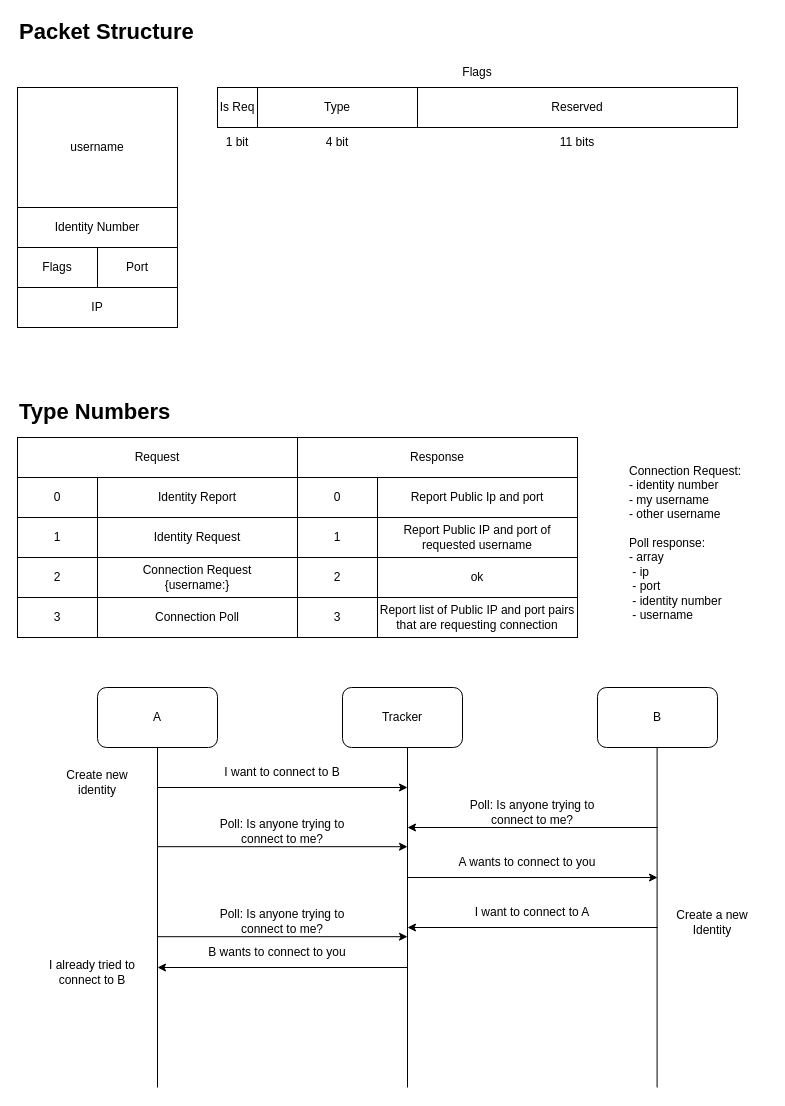
Above: Tracker-Link.drawio in Prototype-Aether/Prototype-Aether (draw.io), before the change. Source tidied: cells renumbered, new cells numbered last; positions are measured from the earlier drawing's top-left corner, leaving out a move shared by most shapes. Both pictures are drawn from the tidied source at 100%, with x=0, y=0 at pixel (17, 17).
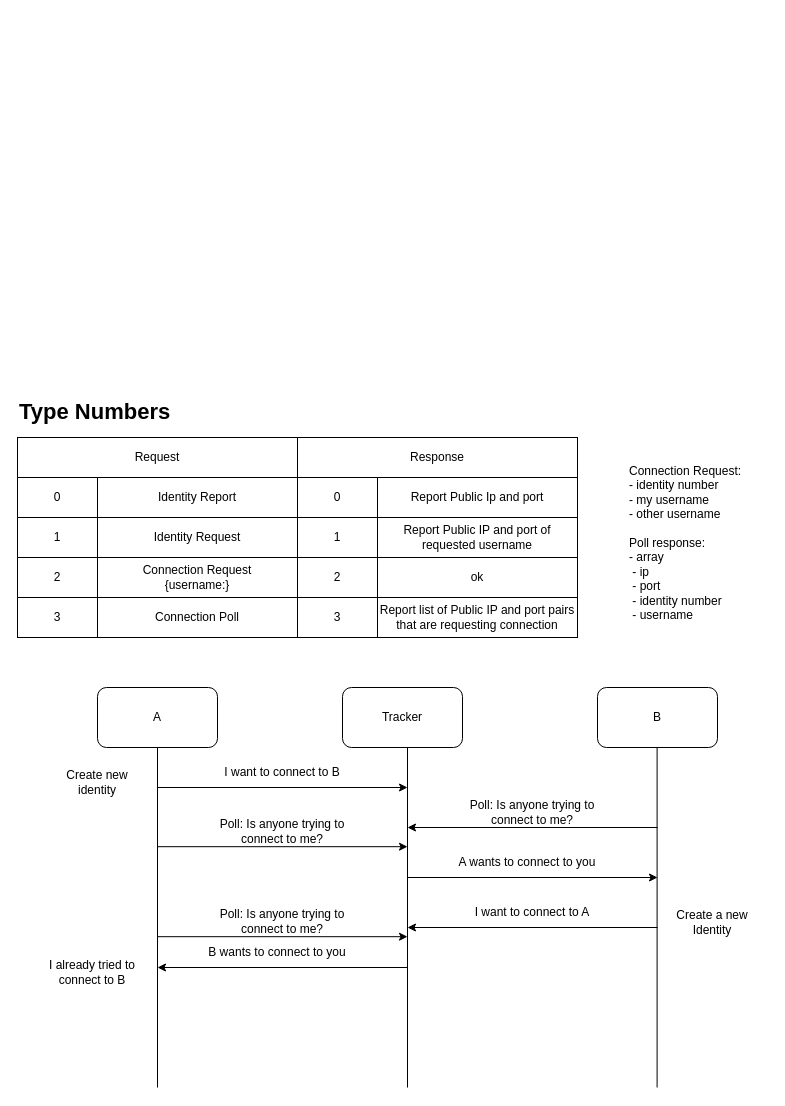
After the change.

Diff of the diagram source:
```diff
@@
-    <mxCell id="2" value="username" style="rounded=0;whiteSpace=wrap;html=1;align=center;verticalAlign=middle;" parent="1" vertex="1">
-      <mxGeometry y="70" width="160" height="120" as="geometry" />
-    </mxCell>
-    <mxCell id="3" value="Identity Number" style="rounded=0;whiteSpace=wrap;html=1;align=center;verticalAlign=middle;" parent="1" vertex="1">
-      <mxGeometry y="190" width="160" height="40" as="geometry" />
-    </mxCell>
-    <mxCell id="4" value="Flags" style="rounded=0;whiteSpace=wrap;html=1;align=center;verticalAlign=middle;" parent="1" vertex="1">
-      <mxGeometry y="230" width="80" height="40" as="geometry" />
-    </mxCell>
-    <mxCell id="5" value="Is Req" style="rounded=0;whiteSpace=wrap;html=1;align=center;verticalAlign=middle;" parent="1" vertex="1">
-      <mxGeometry x="200" y="70" width="40" height="40" as="geometry" />
-    </mxCell>
-    <mxCell id="6" value="Flags" style="text;html=1;strokeColor=none;fillColor=none;align=center;verticalAlign=middle;whiteSpace=wrap;rounded=0;" parent="1" vertex="1">
-      <mxGeometry x="430" y="40" width="60" height="30" as="geometry" />
-    </mxCell>
-    <mxCell id="7" value="Type" style="rounded=0;whiteSpace=wrap;html=1;align=center;verticalAlign=middle;" parent="1" vertex="1">
-      <mxGeometry x="240" y="70" width="160" height="40" as="geometry" />
-    </mxCell>
-    <mxCell id="8" value="1 bit" style="text;html=1;strokeColor=none;fillColor=none;align=center;verticalAlign=middle;whiteSpace=wrap;rounded=0;" parent="1" vertex="1">
-      <mxGeometry x="190" y="110" width="60" height="30" as="geometry" />
-    </mxCell>
-    <mxCell id="9" value="4 bit" style="text;html=1;strokeColor=none;fillColor=none;align=center;verticalAlign=middle;whiteSpace=wrap;rounded=0;" parent="1" vertex="1">
-      <mxGeometry x="290" y="110" width="60" height="30" as="geometry" />
-    </mxCell>
-    <mxCell id="10" value="Port" style="rounded=0;whiteSpace=wrap;html=1;align=center;verticalAlign=middle;" parent="1" vertex="1">
-      <mxGeometry x="80" y="230" width="80" height="40" as="geometry" />
-    </mxCell>
-    <mxCell id="11" value="Reserved" style="rounded=0;whiteSpace=wrap;html=1;align=center;verticalAlign=middle;" parent="1" vertex="1">
-      <mxGeometry x="400" y="70" width="320" height="40" as="geometry" />
-    </mxCell>
-    <mxCell id="12" value="11 bits" style="text;html=1;strokeColor=none;fillColor=none;align=center;verticalAlign=middle;whiteSpace=wrap;rounded=0;" parent="1" vertex="1">
-      <mxGeometry x="530" y="110" width="60" height="30" as="geometry" />
-    </mxCell>
-    <mxCell id="13" value="IP" style="rounded=0;whiteSpace=wrap;html=1;align=center;verticalAlign=middle;" parent="1" vertex="1">
-      <mxGeometry y="270" width="160" height="40" as="geometry" />
-    </mxCell>
@@
-    <mxCell id="22" value="Packet Structure" style="text;html=1;strokeColor=none;fillColor=none;align=left;verticalAlign=middle;whiteSpace=wrap;rounded=0;fontStyle=1;fontSize=22;" parent="1" vertex="1">
-      <mxGeometry width="250" height="30" as="geometry" />
-    </mxCell>
```
